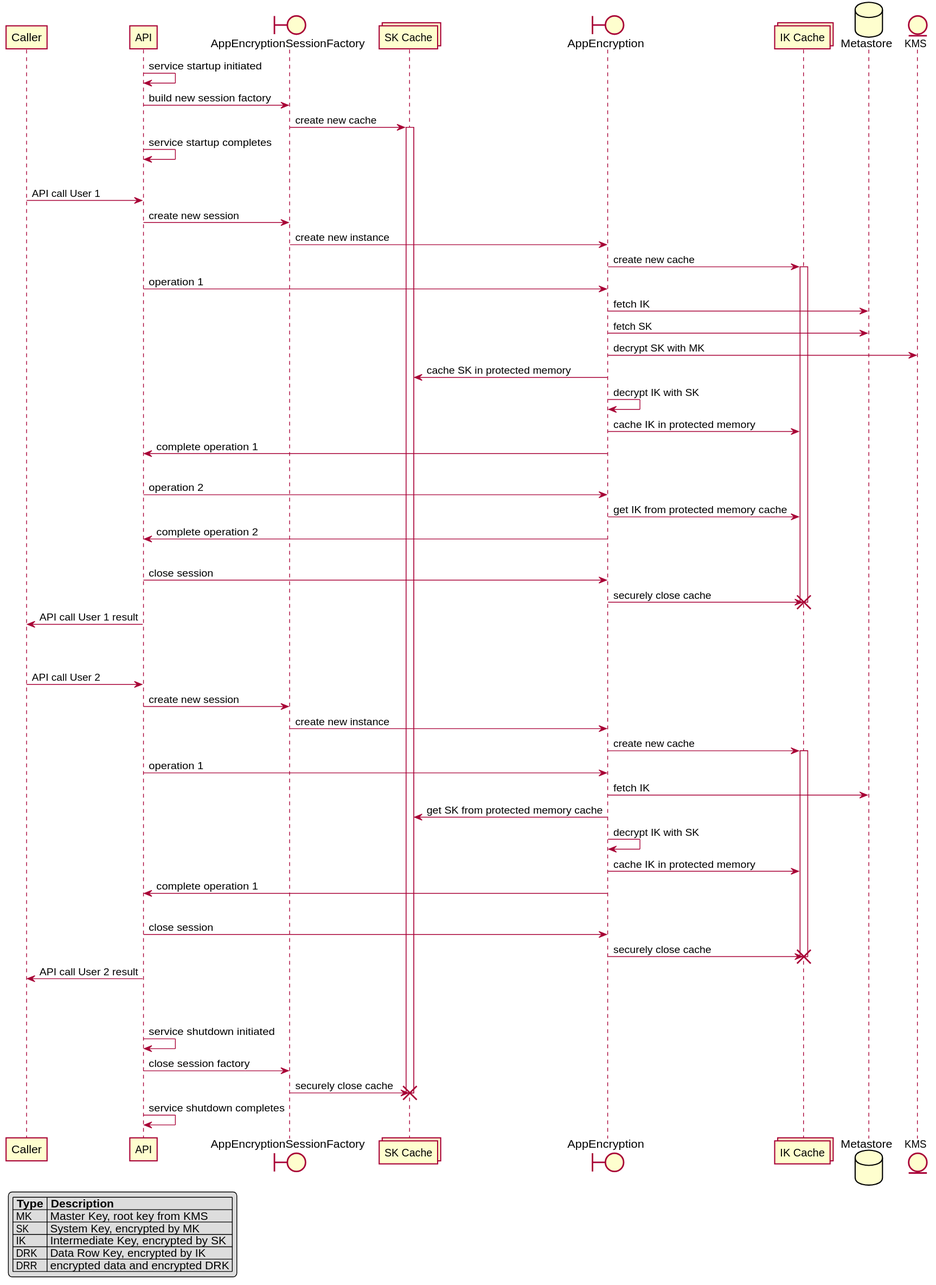
Earlier version of the PlantUML export docs/images/cache_lifecycles.svg (godaddy/asherah). Its diagram source:
```plantuml
@startuml

skinparam shadowing false

legend left
|= Type |= Description |
| MK | Master Key, root key from KMS |
| SK | System Key, encrypted by MK |
| IK | Intermediate Key, encrypted by SK |
| DRK | Data Row Key, encrypted by IK |
| DRR | encrypted data and encrypted DRK |
endlegend

participant Caller
participant API
boundary AppEncryptionSessionFactory
collections "SK Cache"
boundary AppEncryption
collections "IK Cache"
database Metastore
entity KMS

API -> API : service startup initiated
API -> AppEncryptionSessionFactory : build new session factory
AppEncryptionSessionFactory -> "SK Cache" : create new cache
activate "SK Cache"
API -> API : service startup completes
|||
Caller -> API : API call User 1
API -> AppEncryptionSessionFactory : create new session
AppEncryptionSessionFactory -> AppEncryption : create new instance
AppEncryption -> "IK Cache" : create new cache
activate "IK Cache"
API -> AppEncryption : operation 1
AppEncryption -> Metastore : fetch IK
AppEncryption -> Metastore : fetch SK
AppEncryption -> KMS : decrypt SK with MK
AppEncryption -> "SK Cache" : cache SK in protected memory
AppEncryption -> AppEncryption : decrypt IK with SK
AppEncryption -> "IK Cache" : cache IK in protected memory
AppEncryption -> API : complete operation 1
|||
API -> AppEncryption : operation 2
AppEncryption -> "IK Cache" : get IK from protected memory cache
AppEncryption -> API : complete operation 2
|||
API -> AppEncryption : close session
AppEncryption -> "IK Cache" : securely close cache
destroy "IK Cache"
API -> Caller : API call User 1 result
|||
|||
Caller -> API : API call User 2
API -> AppEncryptionSessionFactory : create new session
AppEncryptionSessionFactory -> AppEncryption : create new instance
AppEncryption -> "IK Cache" : create new cache
activate "IK Cache"
API -> AppEncryption : operation 1
AppEncryption -> Metastore : fetch IK
AppEncryption -> "SK Cache" : get SK from protected memory cache
AppEncryption -> AppEncryption : decrypt IK with SK
AppEncryption -> "IK Cache" : cache IK in protected memory
AppEncryption -> API : complete operation 1
|||
API -> AppEncryption : close session
AppEncryption -> "IK Cache" : securely close cache
destroy "IK Cache"
API -> Caller : API call User 2 result
|||
|||
API -> API : service shutdown initiated
API -> AppEncryptionSessionFactory : close session factory
AppEncryptionSessionFactory -> "SK Cache" : securely close cache
destroy "SK Cache"
API -> API : service shutdown completes

@enduml
```
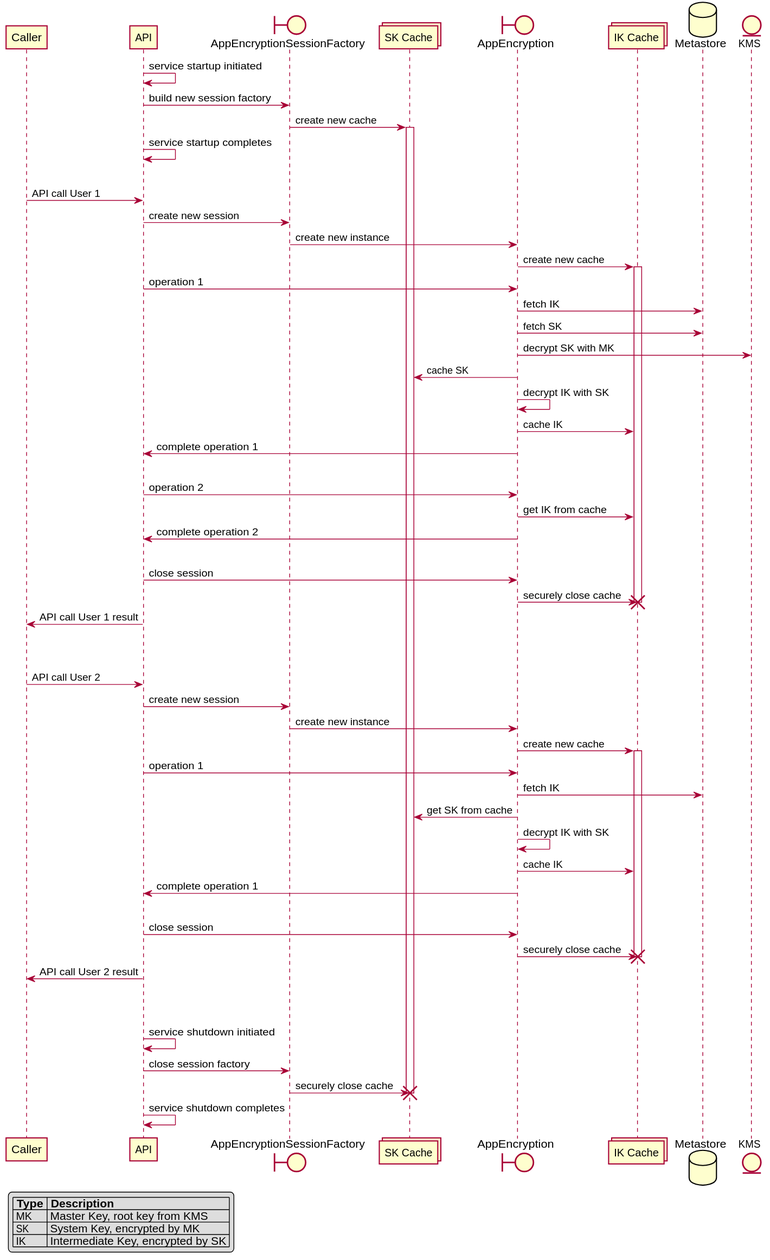
Above is the later version.

Commit message:
remove unused legend keys, try narrowing diagram

The edit, as a diff of the source:
```diff
@@ -7,8 +7,6 @@
 | MK | Master Key, root key from KMS |
 | SK | System Key, encrypted by MK |
 | IK | Intermediate Key, encrypted by SK |
-| DRK | Data Row Key, encrypted by IK |
-| DRR | encrypted data and encrypted DRK |
 endlegend
 
 participant Caller
@@ -35,13 +33,13 @@
 AppEncryption -> Metastore : fetch IK
 AppEncryption -> Metastore : fetch SK
 AppEncryption -> KMS : decrypt SK with MK
-AppEncryption -> "SK Cache" : cache SK in protected memory
+AppEncryption -> "SK Cache" : cache SK
 AppEncryption -> AppEncryption : decrypt IK with SK
-AppEncryption -> "IK Cache" : cache IK in protected memory
+AppEncryption -> "IK Cache" : cache IK
 AppEncryption -> API : complete operation 1
 |||
 API -> AppEncryption : operation 2
-AppEncryption -> "IK Cache" : get IK from protected memory cache
+AppEncryption -> "IK Cache" : get IK from cache
 AppEncryption -> API : complete operation 2
 |||
 API -> AppEncryption : close session
@@ -57,9 +55,9 @@
 activate "IK Cache"
 API -> AppEncryption : operation 1
 AppEncryption -> Metastore : fetch IK
-AppEncryption -> "SK Cache" : get SK from protected memory cache
+AppEncryption -> "SK Cache" : get SK from cache
 AppEncryption -> AppEncryption : decrypt IK with SK
-AppEncryption -> "IK Cache" : cache IK in protected memory
+AppEncryption -> "IK Cache" : cache IK
 AppEncryption -> API : complete operation 1
 |||
 API -> AppEncryption : close session
```
